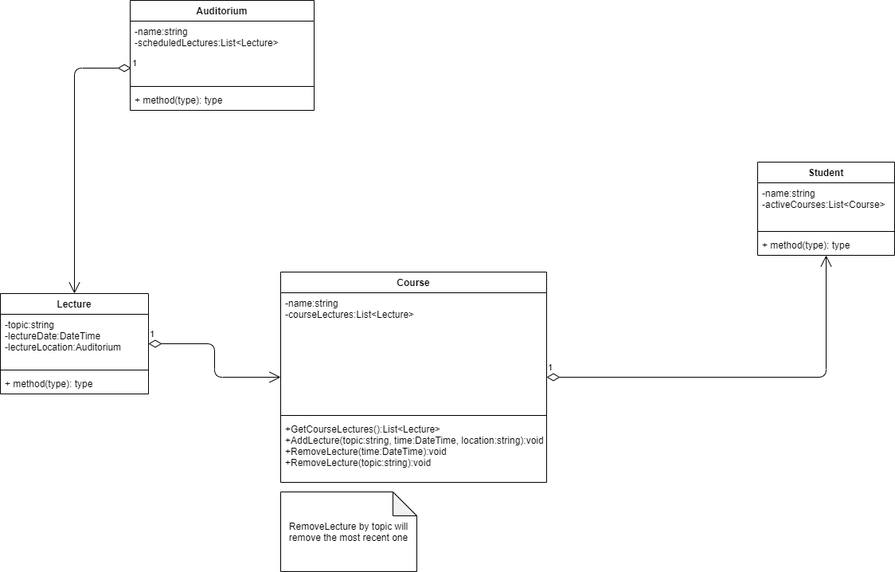
This is University.png from igor2080/University, a draw.io export, as it was before one commit. Source tidied: cells renumbered, new cells last; positions are measured from the earlier drawing's top-left corner, leaving out a move shared by most shapes. Its diagram source:
```xml
<mxGraphModel>
  <root>
    <mxCell id="0" />
    <mxCell id="1" parent="0" />
    <mxCell id="2" value="Student" style="swimlane;fontStyle=1;align=center;verticalAlign=top;horizontal=1;startSize=26;" parent="1" vertex="1">
      <mxGeometry x="951" y="203" width="172" height="117" as="geometry" />
    </mxCell>
    <mxCell id="3" value="-name:string&#10;-activeCourses:List&lt;Course&gt;" style="text;strokeColor=none;fillColor=none;align=left;verticalAlign=top;spacingLeft=4;spacingRight=4;overflow=hidden;" parent="2" vertex="1">
      <mxGeometry y="26" width="172" height="57" as="geometry" />
    </mxCell>
    <mxCell id="4" style="line;strokeWidth=1;fillColor=none;align=left;verticalAlign=middle;spacingTop=-1;spacingLeft=3;spacingRight=3;labelPosition=right;" parent="2" vertex="1">
      <mxGeometry y="83" width="172" height="8" as="geometry" />
    </mxCell>
    <mxCell id="5" value="+ method(type): type" style="text;strokeColor=none;fillColor=none;align=left;verticalAlign=top;spacingLeft=4;spacingRight=4;overflow=hidden;" parent="2" vertex="1">
      <mxGeometry y="91" width="172" height="26" as="geometry" />
    </mxCell>
    <mxCell id="6" value="Course" style="swimlane;fontStyle=1;align=center;verticalAlign=top;horizontal=1;startSize=26;" parent="1" vertex="1">
      <mxGeometry x="352" y="341" width="334" height="264" as="geometry" />
    </mxCell>
    <mxCell id="7" value="-name:string&#10;-courseLectures:List&lt;Lecture&gt;&#10;&#10;" style="text;strokeColor=none;fillColor=none;align=left;verticalAlign=top;spacingLeft=4;spacingRight=4;overflow=hidden;" parent="6" vertex="1">
      <mxGeometry y="26" width="334" height="150" as="geometry" />
    </mxCell>
    <mxCell id="8" style="line;strokeWidth=1;fillColor=none;align=left;verticalAlign=middle;spacingTop=-1;spacingLeft=3;spacingRight=3;labelPosition=right;" parent="6" vertex="1">
      <mxGeometry y="176" width="334" height="8" as="geometry" />
    </mxCell>
    <mxCell id="9" value="+GetCourseLectures():List&lt;Lecture&gt;&#10;+AddLecture(topic:string, time:DateTime, location:string):void&#10;+RemoveLecture(time:DateTime):void&#10;+RemoveLecture(topic:string):void" style="text;strokeColor=none;fillColor=none;align=left;verticalAlign=top;spacingLeft=4;spacingRight=4;overflow=hidden;" parent="6" vertex="1">
      <mxGeometry y="184" width="334" height="80" as="geometry" />
    </mxCell>
    <mxCell id="10" value="Lecture" style="swimlane;fontStyle=1;align=center;verticalAlign=top;horizontal=1;startSize=26;" parent="1" vertex="1">
      <mxGeometry y="368" width="186" height="126" as="geometry" />
    </mxCell>
    <mxCell id="11" value="-topic:string&#10;-lectureDate:DateTime&#10;-lectureLocation:Auditorium&#10;" style="text;strokeColor=none;fillColor=none;align=left;verticalAlign=top;spacingLeft=4;spacingRight=4;overflow=hidden;" parent="10" vertex="1">
      <mxGeometry y="26" width="186" height="66" as="geometry" />
    </mxCell>
    <mxCell id="12" style="line;strokeWidth=1;fillColor=none;align=left;verticalAlign=middle;spacingTop=-1;spacingLeft=3;spacingRight=3;labelPosition=right;" parent="10" vertex="1">
      <mxGeometry y="92" width="186" height="8" as="geometry" />
    </mxCell>
    <mxCell id="13" value="+ method(type): type" style="text;strokeColor=none;fillColor=none;align=left;verticalAlign=top;spacingLeft=4;spacingRight=4;overflow=hidden;" parent="10" vertex="1">
      <mxGeometry y="100" width="186" height="26" as="geometry" />
    </mxCell>
    <mxCell id="14" value="Auditorium" style="swimlane;fontStyle=1;align=center;verticalAlign=top;horizontal=1;startSize=26;" parent="1" vertex="1">
      <mxGeometry x="163" width="231" height="138" as="geometry" />
    </mxCell>
    <mxCell id="15" value="-name:string&#10;-scheduledLectures:List&lt;Lecture&gt;" style="text;strokeColor=none;fillColor=none;align=left;verticalAlign=top;spacingLeft=4;spacingRight=4;overflow=hidden;points=[[0,0.5],[1,0.5]];portConstraint=eastwest;" parent="14" vertex="1">
      <mxGeometry y="26" width="231" height="78" as="geometry" />
    </mxCell>
    <mxCell id="16" style="line;strokeWidth=1;fillColor=none;align=left;verticalAlign=middle;spacingTop=-1;spacingLeft=3;spacingRight=3;labelPosition=right;" parent="14" vertex="1">
      <mxGeometry y="104" width="231" height="8" as="geometry" />
    </mxCell>
    <mxCell id="17" value="+ method(type): type" style="text;strokeColor=none;fillColor=none;align=left;verticalAlign=top;spacingLeft=4;spacingRight=4;overflow=hidden;" parent="14" vertex="1">
      <mxGeometry y="112" width="231" height="26" as="geometry" />
    </mxCell>
    <mxCell id="18" value="RemoveLecture by topic will remove the most recent one" style="shape=note;whiteSpace=wrap;html=1;backgroundOutline=1;darkOpacity=0.05;" parent="1" vertex="1">
      <mxGeometry x="352" y="617" width="171" height="100" as="geometry" />
    </mxCell>
    <mxCell id="19" value="1" style="endArrow=open;html=1;endSize=12;startArrow=diamondThin;startSize=14;startFill=0;edgeStyle=orthogonalEdgeStyle;align=left;verticalAlign=bottom;" parent="1" edge="1" source="6" target="2">
      <mxGeometry x="-1" y="3" relative="1" as="geometry" />
    </mxCell>
    <mxCell id="20" value="1" style="endArrow=open;html=1;endSize=12;startArrow=diamondThin;startSize=14;startFill=0;edgeStyle=orthogonalEdgeStyle;align=left;verticalAlign=bottom;" parent="1" edge="1" source="10" target="6">
      <mxGeometry x="-1" y="3" relative="1" as="geometry" />
    </mxCell>
    <mxCell id="21" value="1" style="endArrow=open;html=1;endSize=12;startArrow=diamondThin;startSize=14;startFill=0;edgeStyle=orthogonalEdgeStyle;align=left;verticalAlign=bottom;exitX=0.005;exitY=0.756;exitDx=0;exitDy=0;exitPerimeter=0;" parent="1" edge="1" source="15" target="10">
      <mxGeometry x="-1" y="3" relative="1" as="geometry" />
    </mxCell>
  </root>
</mxGraphModel>
```
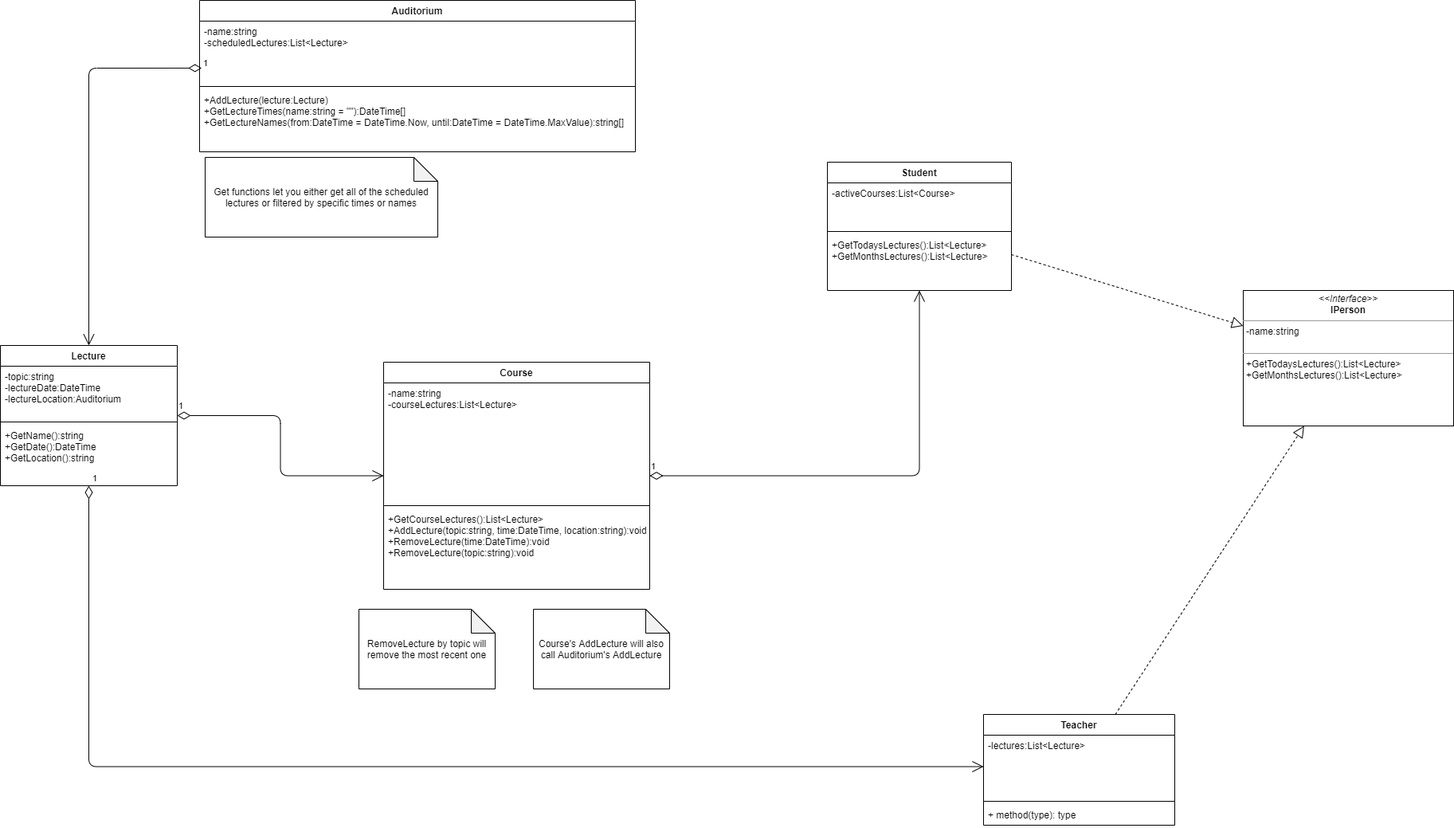
Above is the later version.

The edit, as a diff of the source:
```diff
@@ -3,19 +3,19 @@
     <mxCell id="0" />
     <mxCell id="1" parent="0" />
     <mxCell id="2" value="Student" style="swimlane;fontStyle=1;align=center;verticalAlign=top;horizontal=1;startSize=26;" parent="1" vertex="1">
-      <mxGeometry x="951" y="203" width="172" height="117" as="geometry" />
+      <mxGeometry x="951" y="203" width="231" height="161" as="geometry" />
     </mxCell>
-    <mxCell id="3" value="-name:string&#10;-activeCourses:List&lt;Course&gt;" style="text;strokeColor=none;fillColor=none;align=left;verticalAlign=top;spacingLeft=4;spacingRight=4;overflow=hidden;" parent="2" vertex="1">
-      <mxGeometry y="26" width="172" height="57" as="geometry" />
+    <mxCell id="3" value="-activeCourses:List&lt;Course&gt;" style="text;strokeColor=none;fillColor=none;align=left;verticalAlign=top;spacingLeft=4;spacingRight=4;overflow=hidden;" parent="2" vertex="1">
+      <mxGeometry y="26" width="231" height="57" as="geometry" />
     </mxCell>
     <mxCell id="4" style="line;strokeWidth=1;fillColor=none;align=left;verticalAlign=middle;spacingTop=-1;spacingLeft=3;spacingRight=3;labelPosition=right;" parent="2" vertex="1">
-      <mxGeometry y="83" width="172" height="8" as="geometry" />
+      <mxGeometry y="83" width="231" height="8" as="geometry" />
     </mxCell>
-    <mxCell id="5" value="+ method(type): type" style="text;strokeColor=none;fillColor=none;align=left;verticalAlign=top;spacingLeft=4;spacingRight=4;overflow=hidden;" parent="2" vertex="1">
-      <mxGeometry y="91" width="172" height="26" as="geometry" />
+    <mxCell id="5" value="+GetTodaysLectures():List&lt;Lecture&gt;&#10;+GetMonthsLectures():List&lt;Lecture&gt;" style="text;strokeColor=none;fillColor=none;align=left;verticalAlign=top;spacingLeft=4;spacingRight=4;overflow=hidden;" parent="2" vertex="1">
+      <mxGeometry y="91" width="231" height="70" as="geometry" />
     </mxCell>
     <mxCell id="6" value="Course" style="swimlane;fontStyle=1;align=center;verticalAlign=top;horizontal=1;startSize=26;" parent="1" vertex="1">
-      <mxGeometry x="352" y="341" width="334" height="264" as="geometry" />
+      <mxGeometry x="394" y="454" width="334" height="285" as="geometry" />
     </mxCell>
     <mxCell id="7" value="-name:string&#10;-courseLectures:List&lt;Lecture&gt;&#10;&#10;" style="text;strokeColor=none;fillColor=none;align=left;verticalAlign=top;spacingLeft=4;spacingRight=4;overflow=hidden;" parent="6" vertex="1">
       <mxGeometry y="26" width="334" height="150" as="geometry" />
@@ -24,34 +24,34 @@
       <mxGeometry y="176" width="334" height="8" as="geometry" />
     </mxCell>
     <mxCell id="9" value="+GetCourseLectures():List&lt;Lecture&gt;&#10;+AddLecture(topic:string, time:DateTime, location:string):void&#10;+RemoveLecture(time:DateTime):void&#10;+RemoveLecture(topic:string):void" style="text;strokeColor=none;fillColor=none;align=left;verticalAlign=top;spacingLeft=4;spacingRight=4;overflow=hidden;" parent="6" vertex="1">
-      <mxGeometry y="184" width="334" height="80" as="geometry" />
+      <mxGeometry y="184" width="334" height="101" as="geometry" />
     </mxCell>
     <mxCell id="10" value="Lecture" style="swimlane;fontStyle=1;align=center;verticalAlign=top;horizontal=1;startSize=26;" parent="1" vertex="1">
-      <mxGeometry y="368" width="186" height="126" as="geometry" />
+      <mxGeometry x="-87" y="433" width="222" height="176" as="geometry" />
     </mxCell>
     <mxCell id="11" value="-topic:string&#10;-lectureDate:DateTime&#10;-lectureLocation:Auditorium&#10;" style="text;strokeColor=none;fillColor=none;align=left;verticalAlign=top;spacingLeft=4;spacingRight=4;overflow=hidden;" parent="10" vertex="1">
-      <mxGeometry y="26" width="186" height="66" as="geometry" />
+      <mxGeometry y="26" width="222" height="66" as="geometry" />
     </mxCell>
     <mxCell id="12" style="line;strokeWidth=1;fillColor=none;align=left;verticalAlign=middle;spacingTop=-1;spacingLeft=3;spacingRight=3;labelPosition=right;" parent="10" vertex="1">
-      <mxGeometry y="92" width="186" height="8" as="geometry" />
+      <mxGeometry y="92" width="222" height="8" as="geometry" />
     </mxCell>
-    <mxCell id="13" value="+ method(type): type" style="text;strokeColor=none;fillColor=none;align=left;verticalAlign=top;spacingLeft=4;spacingRight=4;overflow=hidden;" parent="10" vertex="1">
-      <mxGeometry y="100" width="186" height="26" as="geometry" />
+    <mxCell id="13" value="+GetName():string&#10;+GetDate():DateTime&#10;+GetLocation():string&#10;" style="text;strokeColor=none;fillColor=none;align=left;verticalAlign=top;spacingLeft=4;spacingRight=4;overflow=hidden;" parent="10" vertex="1">
+      <mxGeometry y="100" width="222" height="76" as="geometry" />
     </mxCell>
     <mxCell id="14" value="Auditorium" style="swimlane;fontStyle=1;align=center;verticalAlign=top;horizontal=1;startSize=26;" parent="1" vertex="1">
-      <mxGeometry x="163" width="231" height="138" as="geometry" />
+      <mxGeometry x="163" width="547" height="190" as="geometry" />
     </mxCell>
     <mxCell id="15" value="-name:string&#10;-scheduledLectures:List&lt;Lecture&gt;" style="text;strokeColor=none;fillColor=none;align=left;verticalAlign=top;spacingLeft=4;spacingRight=4;overflow=hidden;points=[[0,0.5],[1,0.5]];portConstraint=eastwest;" parent="14" vertex="1">
-      <mxGeometry y="26" width="231" height="78" as="geometry" />
+      <mxGeometry y="26" width="547" height="78" as="geometry" />
     </mxCell>
     <mxCell id="16" style="line;strokeWidth=1;fillColor=none;align=left;verticalAlign=middle;spacingTop=-1;spacingLeft=3;spacingRight=3;labelPosition=right;" parent="14" vertex="1">
-      <mxGeometry y="104" width="231" height="8" as="geometry" />
+      <mxGeometry y="104" width="547" height="8" as="geometry" />
     </mxCell>
-    <mxCell id="17" value="+ method(type): type" style="text;strokeColor=none;fillColor=none;align=left;verticalAlign=top;spacingLeft=4;spacingRight=4;overflow=hidden;" parent="14" vertex="1">
-      <mxGeometry y="112" width="231" height="26" as="geometry" />
+    <mxCell id="17" value="+AddLecture(lecture:Lecture)&#10;+GetLectureTimes(name:string = &quot;&quot;):DateTime[]&#10;+GetLectureNames(from:DateTime = DateTime.Now, until:DateTime = DateTime.MaxValue):string[]&#10;" style="text;strokeColor=none;fillColor=none;align=left;verticalAlign=top;spacingLeft=4;spacingRight=4;overflow=hidden;" parent="14" vertex="1">
+      <mxGeometry y="112" width="547" height="78" as="geometry" />
     </mxCell>
     <mxCell id="18" value="RemoveLecture by topic will remove the most recent one" style="shape=note;whiteSpace=wrap;html=1;backgroundOutline=1;darkOpacity=0.05;" parent="1" vertex="1">
-      <mxGeometry x="352" y="617" width="171" height="100" as="geometry" />
+      <mxGeometry x="363" y="764" width="171" height="100" as="geometry" />
     </mxCell>
     <mxCell id="19" value="1" style="endArrow=open;html=1;endSize=12;startArrow=diamondThin;startSize=14;startFill=0;edgeStyle=orthogonalEdgeStyle;align=left;verticalAlign=bottom;" parent="1" edge="1" source="6" target="2">
       <mxGeometry x="-1" y="3" relative="1" as="geometry" />
@@ -62,5 +62,35 @@
     <mxCell id="21" value="1" style="endArrow=open;html=1;endSize=12;startArrow=diamondThin;startSize=14;startFill=0;edgeStyle=orthogonalEdgeStyle;align=left;verticalAlign=bottom;exitX=0.005;exitY=0.756;exitDx=0;exitDy=0;exitPerimeter=0;" parent="1" edge="1" source="15" target="10">
       <mxGeometry x="-1" y="3" relative="1" as="geometry" />
     </mxCell>
+    <mxCell id="22" value="Course's AddLecture will also call Auditorium's AddLecture" style="shape=note;whiteSpace=wrap;html=1;backgroundOutline=1;darkOpacity=0.05;" parent="1" vertex="1">
+      <mxGeometry x="582" y="764" width="171" height="100" as="geometry" />
+    </mxCell>
+    <mxCell id="23" value="Get functions let you either get all of the scheduled lectures or filtered by specific times or names" style="shape=note;whiteSpace=wrap;html=1;backgroundOutline=1;darkOpacity=0.05;" parent="1" vertex="1">
+      <mxGeometry x="170" y="197" width="292" height="100" as="geometry" />
+    </mxCell>
+    <mxCell id="24" value="Teacher" style="swimlane;fontStyle=1;align=center;verticalAlign=top;horizontal=1;startSize=26;" parent="1" vertex="1">
+      <mxGeometry x="1147" y="896" width="240" height="139" as="geometry" />
+    </mxCell>
+    <mxCell id="25" value="-lectures:List&lt;Lecture&gt;" style="text;strokeColor=none;fillColor=none;align=left;verticalAlign=top;spacingLeft=4;spacingRight=4;overflow=hidden;points=[[0,0.5],[1,0.5]];portConstraint=eastwest;" parent="24" vertex="1">
+      <mxGeometry y="26" width="240" height="79" as="geometry" />
+    </mxCell>
+    <mxCell id="26" style="line;strokeWidth=1;fillColor=none;align=left;verticalAlign=middle;spacingTop=-1;spacingLeft=3;spacingRight=3;labelPosition=right;" parent="24" vertex="1">
+      <mxGeometry y="105" width="240" height="8" as="geometry" />
+    </mxCell>
+    <mxCell id="27" value="+ method(type): type" style="text;strokeColor=none;fillColor=none;align=left;verticalAlign=top;spacingLeft=4;spacingRight=4;overflow=hidden;" parent="24" vertex="1">
+      <mxGeometry y="113" width="240" height="26" as="geometry" />
+    </mxCell>
+    <mxCell id="28" value="&lt;p style=&quot;margin: 0px ; margin-top: 4px ; text-align: center&quot;&gt;&lt;i&gt;&amp;lt;&amp;lt;Interface&amp;gt;&amp;gt;&lt;/i&gt;&lt;br&gt;&lt;b&gt;IPerson&lt;/b&gt;&lt;/p&gt;&lt;hr size=&quot;1&quot;&gt;&lt;p style=&quot;margin: 0px ; margin-left: 4px&quot;&gt;-name:string&lt;br&gt;&lt;br&gt;&lt;/p&gt;&lt;hr size=&quot;1&quot;&gt;&lt;p style=&quot;margin: 0px ; margin-left: 4px&quot;&gt;+GetTodaysLectures():List&amp;lt;Lecture&amp;gt;&lt;br style=&quot;padding: 0px ; margin: 0px&quot;&gt;+GetMonthsLectures():List&amp;lt;Lecture&amp;gt;&lt;br&gt;&lt;/p&gt;" style="verticalAlign=top;align=left;overflow=fill;fontSize=12;fontFamily=Helvetica;html=1;" parent="1" vertex="1">
+      <mxGeometry x="1473" y="364" width="264" height="170" as="geometry" />
+    </mxCell>
+    <mxCell id="29" style="endArrow=block;dashed=1;endFill=0;endSize=12;html=1;" parent="1" edge="1" source="2" target="28">
+      <mxGeometry relative="1" as="geometry" />
+    </mxCell>
+    <mxCell id="30" style="endArrow=block;dashed=1;endFill=0;endSize=12;html=1;" parent="1" edge="1" source="24" target="28">
+      <mxGeometry relative="1" as="geometry" />
+    </mxCell>
+    <mxCell id="31" value="1" style="endArrow=open;html=1;endSize=12;startArrow=diamondThin;startSize=14;startFill=0;edgeStyle=orthogonalEdgeStyle;align=left;verticalAlign=bottom;" parent="1" edge="1" source="10" target="25">
+      <mxGeometry x="-1" y="3" relative="1" as="geometry" />
+    </mxCell>
   </root>
 </mxGraphModel>
```
